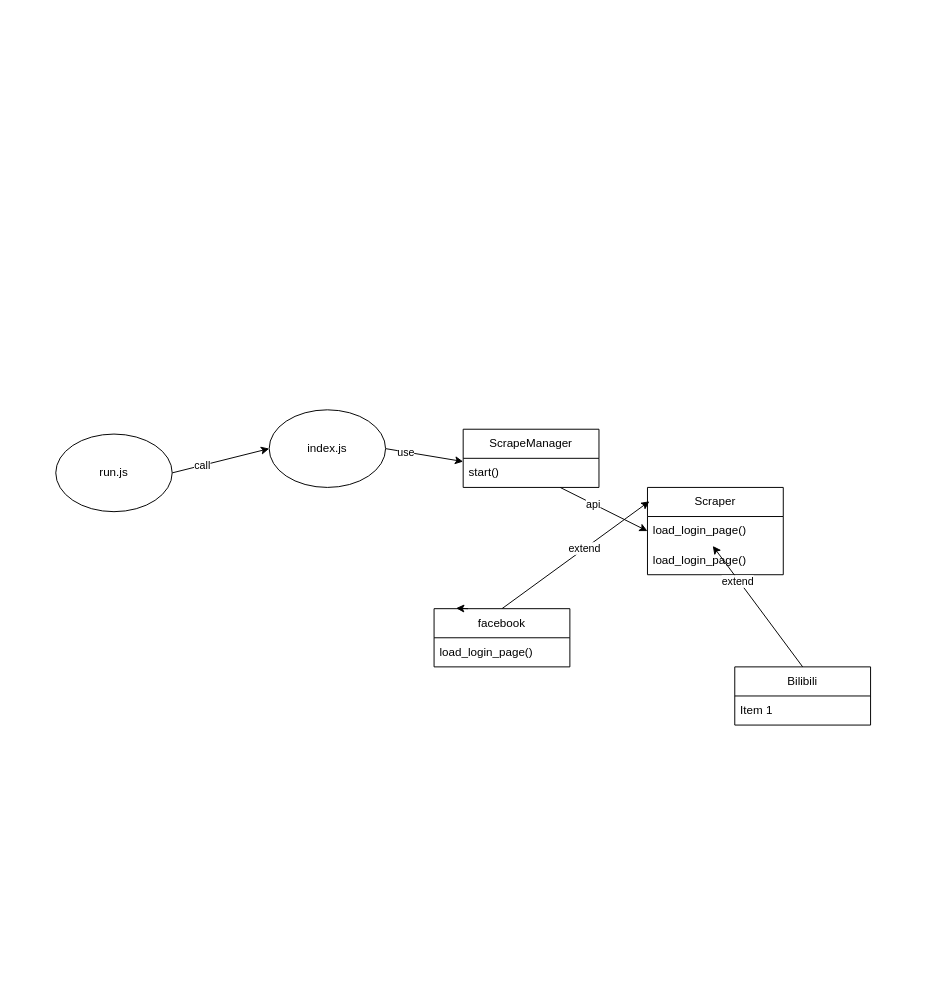
Earlier version of the draw.io diagram doc/class.drawio (robertzengcn/social-marketing). Source tidied: cells renumbered, new cells numbered last; positions are measured from the earlier drawing's top-left corner, leaving out a move shared by most shapes. Both pictures are drawn from the tidied source at 97%, with x=0, y=0 at pixel (55, 409).
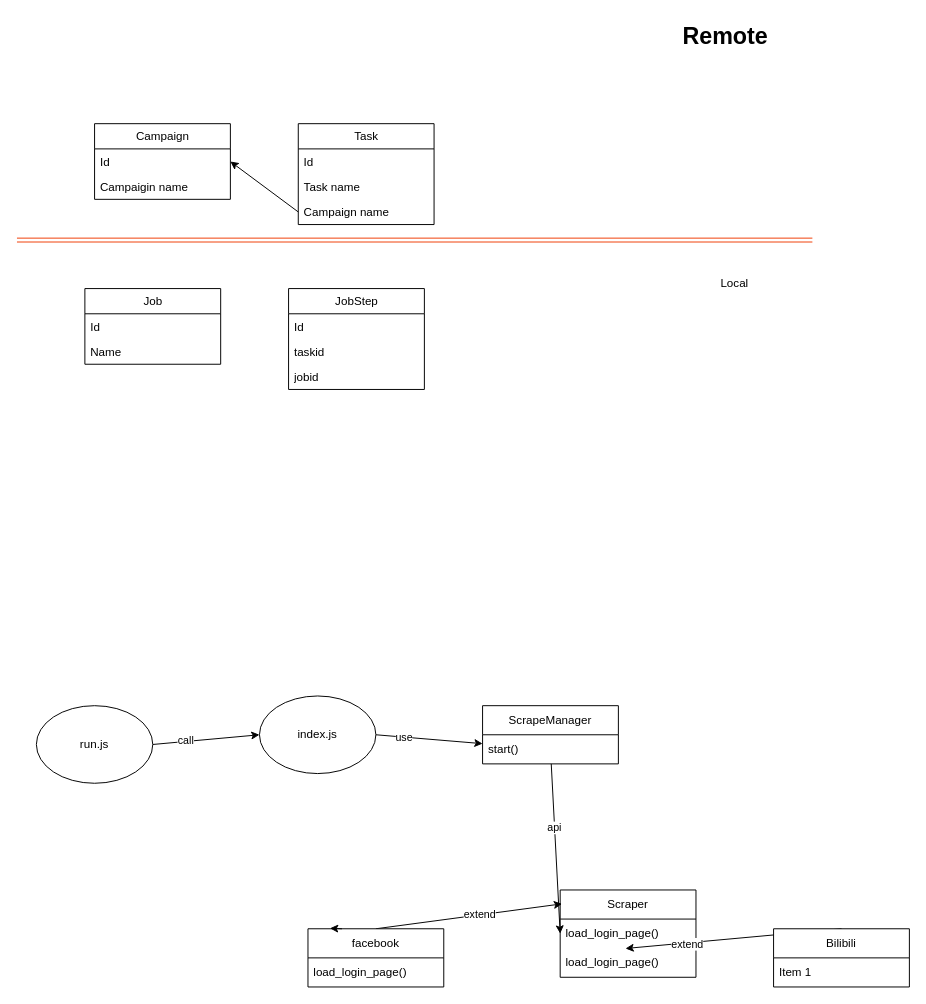
Above is the later version.

Diff of the diagram source:
```diff
@@
     <mxCell id="4" value="run.js" style="ellipse;whiteSpace=wrap;html=1;" parent="1" vertex="1">
-      <mxGeometry y="25" width="120" height="80" as="geometry" />
+      <mxGeometry x="-20" y="305" width="120" height="80" as="geometry" />
     </mxCell>
@@
     <mxCell id="7" value="index.js" style="ellipse;whiteSpace=wrap;html=1;" parent="1" vertex="1">
-      <mxGeometry x="220" width="120" height="80" as="geometry" />
+      <mxGeometry x="210" y="295" width="120" height="80" as="geometry" />
     </mxCell>
     <mxCell id="8" value="ScrapeManager" style="swimlane;fontStyle=0;horizontal=1;startSize=30;whiteSpace=wrap;html=1;" parent="1" vertex="1">
-      <mxGeometry x="420" y="20" width="140" height="60" as="geometry" />
+      <mxGeometry x="440" y="305" width="140" height="60" as="geometry" />
     </mxCell>
@@
     <mxCell id="10" value="Scraper" style="swimlane;fontStyle=0;horizontal=1;startSize=30;whiteSpace=wrap;html=1;" parent="1" vertex="1">
-      <mxGeometry x="610" y="80" width="140" height="90" as="geometry" />
+      <mxGeometry x="520" y="495" width="140" height="90" as="geometry" />
     </mxCell>
@@
     <mxCell id="15" value="facebook" style="swimlane;fontStyle=0;horizontal=1;startSize=30;whiteSpace=wrap;html=1;" parent="1" vertex="1">
-      <mxGeometry x="390" y="205" width="140" height="60" as="geometry" />
+      <mxGeometry x="260" y="535" width="140" height="60" as="geometry" />
     </mxCell>
@@
     <mxCell id="22" value="Bilibili" style="swimlane;fontStyle=0;horizontal=1;startSize=30;whiteSpace=wrap;html=1;" parent="1" vertex="1">
-      <mxGeometry x="700" y="265" width="140" height="60" as="geometry" />
+      <mxGeometry x="740" y="535" width="140" height="60" as="geometry" />
     </mxCell>
@@
+    <mxCell id="24" value="Campaign" style="swimlane;fontStyle=0;horizontal=1;startSize=26;fillColor=none;html=1;" parent="1" vertex="1">
+      <mxGeometry x="40" y="-295" width="140" height="78" as="geometry" />
+    </mxCell>
+    <mxCell id="25" value="Id" style="text;strokeColor=none;fillColor=none;align=left;verticalAlign=top;spacingLeft=4;spacingRight=4;overflow=hidden;points=[[0,0.5],[1,0.5]];portConstraint=eastwest;whiteSpace=wrap;html=1;" parent="24" vertex="1">
+      <mxGeometry y="26" width="140" height="26" as="geometry" />
+    </mxCell>
+    <mxCell id="26" value="Campaigin name" style="text;strokeColor=none;fillColor=none;align=left;verticalAlign=top;spacingLeft=4;spacingRight=4;overflow=hidden;whiteSpace=wrap;html=1;" parent="24" vertex="1">
+      <mxGeometry y="52" width="140" height="26" as="geometry" />
+    </mxCell>
+    <mxCell id="27" value="Task" style="swimlane;fontStyle=0;horizontal=1;startSize=26;fillColor=none;html=1;" parent="1" vertex="1">
+      <mxGeometry x="250" y="-295" width="140" height="104" as="geometry" />
+    </mxCell>
+    <mxCell id="28" value="Id" style="text;strokeColor=none;fillColor=none;align=left;verticalAlign=top;spacingLeft=4;spacingRight=4;overflow=hidden;whiteSpace=wrap;html=1;" parent="27" vertex="1">
+      <mxGeometry y="26" width="140" height="26" as="geometry" />
+    </mxCell>
+    <mxCell id="29" value="Task name" style="text;strokeColor=none;fillColor=none;align=left;verticalAlign=top;spacingLeft=4;spacingRight=4;overflow=hidden;whiteSpace=wrap;html=1;" parent="27" vertex="1">
+      <mxGeometry y="52" width="140" height="26" as="geometry" />
+    </mxCell>
+    <mxCell id="30" value="Campaign name" style="text;strokeColor=none;fillColor=none;align=left;verticalAlign=top;spacingLeft=4;spacingRight=4;overflow=hidden;points=[[0,0.5],[1,0.5]];portConstraint=eastwest;whiteSpace=wrap;html=1;" parent="27" vertex="1">
+      <mxGeometry y="78" width="140" height="26" as="geometry" />
+    </mxCell>
+    <mxCell id="31" style="edgeStyle=none;html=1;exitX=0;exitY=0.5;exitDx=0;exitDy=0;entryX=1;entryY=0.5;entryDx=0;entryDy=0;" parent="1" edge="1" source="30" target="25">
+      <mxGeometry relative="1" as="geometry" />
+    </mxCell>
+    <mxCell id="32" value="Job" style="swimlane;fontStyle=0;horizontal=1;startSize=26;fillColor=none;html=1;" parent="1" vertex="1">
+      <mxGeometry x="30" y="-125" width="140" height="78" as="geometry" />
+    </mxCell>
+    <mxCell id="33" value="Id" style="text;strokeColor=none;fillColor=none;align=left;verticalAlign=top;spacingLeft=4;spacingRight=4;overflow=hidden;whiteSpace=wrap;html=1;" parent="32" vertex="1">
+      <mxGeometry y="26" width="140" height="26" as="geometry" />
+    </mxCell>
+    <mxCell id="34" value="Name" style="text;strokeColor=none;fillColor=none;align=left;verticalAlign=top;spacingLeft=4;spacingRight=4;overflow=hidden;whiteSpace=wrap;html=1;" parent="32" vertex="1">
+      <mxGeometry y="52" width="140" height="26" as="geometry" />
+    </mxCell>
+    <mxCell id="35" value="JobStep" style="swimlane;fontStyle=0;horizontal=1;startSize=26;fillColor=none;html=1;" parent="1" vertex="1">
+      <mxGeometry x="240" y="-125" width="140" height="104" as="geometry" />
+    </mxCell>
+    <mxCell id="36" value="Id" style="text;strokeColor=none;fillColor=none;align=left;verticalAlign=top;spacingLeft=4;spacingRight=4;overflow=hidden;whiteSpace=wrap;html=1;" parent="35" vertex="1">
+      <mxGeometry y="26" width="140" height="26" as="geometry" />
+    </mxCell>
+    <mxCell id="37" value="taskid" style="text;strokeColor=none;fillColor=none;align=left;verticalAlign=top;spacingLeft=4;spacingRight=4;overflow=hidden;whiteSpace=wrap;html=1;" parent="35" vertex="1">
+      <mxGeometry y="52" width="140" height="26" as="geometry" />
+    </mxCell>
+    <mxCell id="38" value="jobid" style="text;strokeColor=none;fillColor=none;align=left;verticalAlign=top;spacingLeft=4;spacingRight=4;overflow=hidden;whiteSpace=wrap;html=1;" parent="35" vertex="1">
+      <mxGeometry y="78" width="140" height="26" as="geometry" />
+    </mxCell>
+    <mxCell id="39" style="endArrow=none;html=1;strokeColor=#F03C05;shape=link;" parent="1" edge="1">
+      <mxGeometry relative="1" as="geometry">
+        <mxPoint x="-40" y="-175" as="sourcePoint" />
+        <mxPoint x="780" y="-175" as="targetPoint" />
+      </mxGeometry>
+    </mxCell>
+    <mxCell id="40" value="Remote" style="text;strokeColor=none;fillColor=none;html=1;fontSize=24;fontStyle=1;verticalAlign=middle;align=center;" parent="1" vertex="1">
+      <mxGeometry x="640" y="-405" width="100" height="40" as="geometry" />
+    </mxCell>
+    <mxCell id="41" value="Local" style="text;html=1;strokeColor=none;fillColor=none;align=center;verticalAlign=middle;whiteSpace=wrap;rounded=0;" parent="1" vertex="1">
+      <mxGeometry x="670" y="-145" width="60" height="30" as="geometry" />
+    </mxCell>
```
